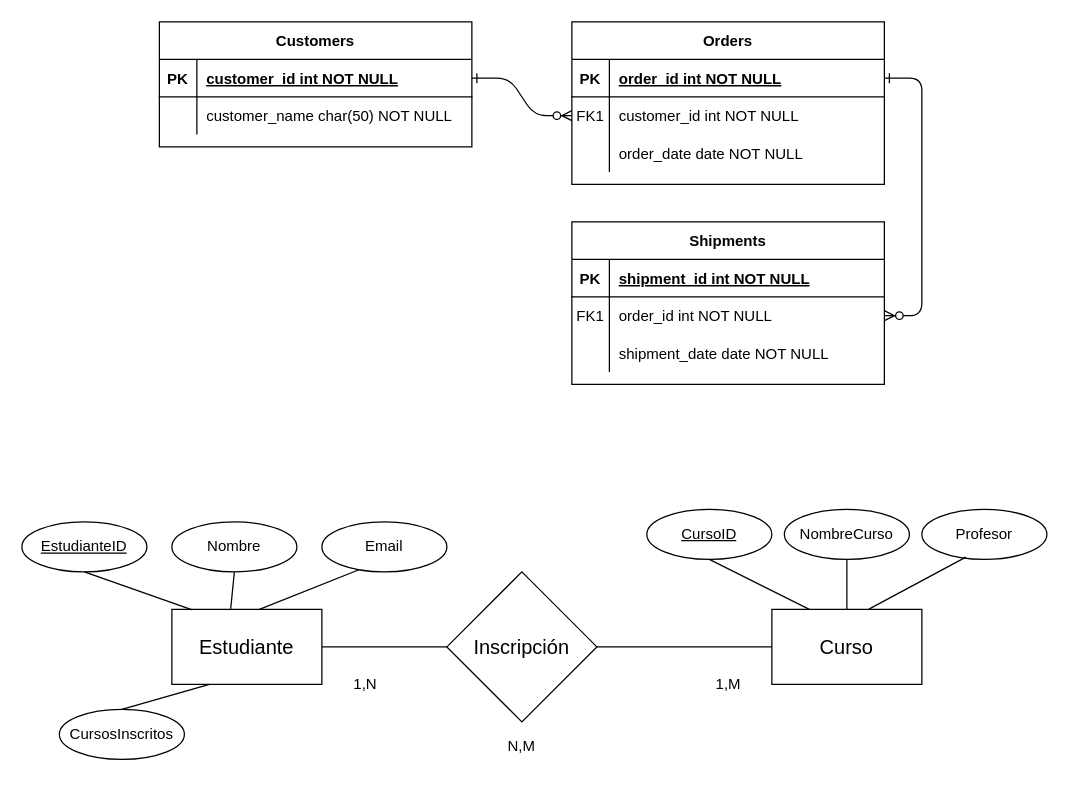
The draw.io diagram Diagrama sin título.drawio in miguelmartmart/javaprojects, before the edit. Source tidied: cells renumbered, new cells numbered last; positions are measured from the earlier drawing's top-left corner, leaving out a move shared by most shapes. Both pictures are drawn from the tidied source at 125%, with x=0, y=0 at pixel (21, 21).
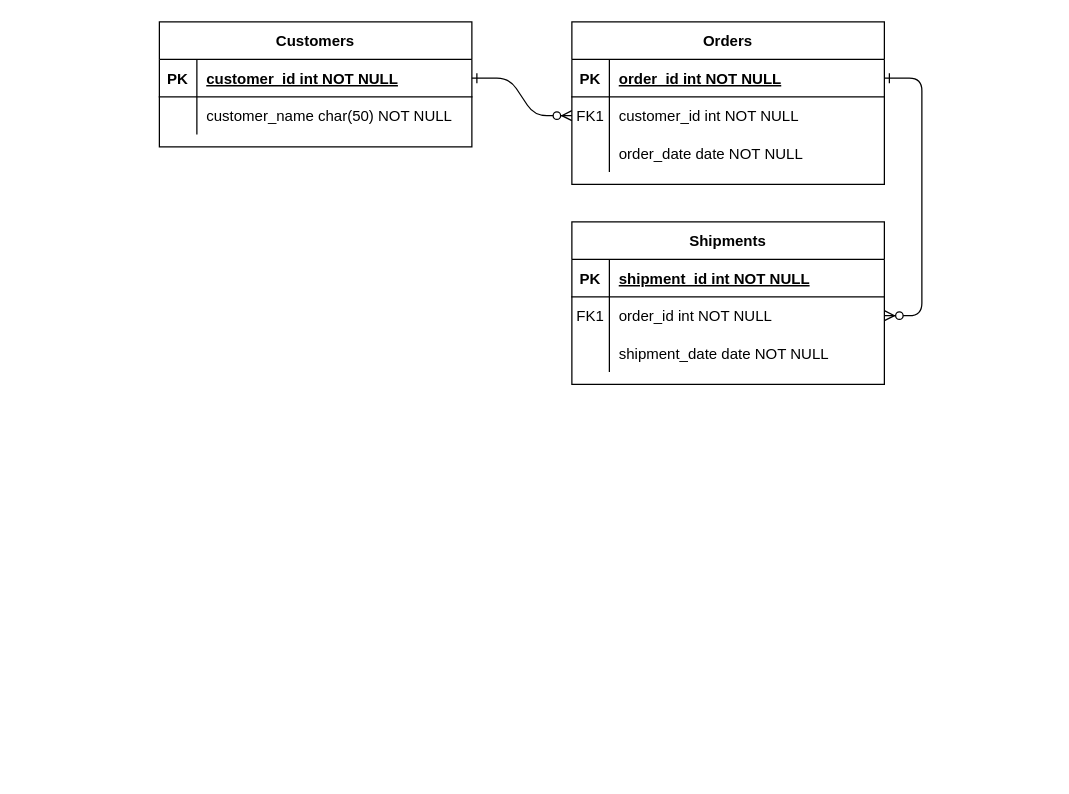
The same diagram, later.

Commit message:
Agregado Diagrama sin título2.drawio

Diff of the diagram source:
```diff
@@
-    <mxCell id="31" value="&lt;font style=&quot;font-size: 16px;&quot;&gt;Estudiante&lt;/font&gt;" style="rounded=0;whiteSpace=wrap;html=1;" parent="1" vertex="1">
-      <mxGeometry x="120" y="470" width="120" height="60" as="geometry" />
-    </mxCell>
-    <mxCell id="32" value="&lt;font style=&quot;font-size: 16px;&quot;&gt;Curso&lt;/font&gt;" style="rounded=0;whiteSpace=wrap;html=1;" parent="1" vertex="1">
-      <mxGeometry x="600" y="470" width="120" height="60" as="geometry" />
-    </mxCell>
-    <mxCell id="33" value="&lt;font style=&quot;font-size: 16px;&quot;&gt;Inscripción &lt;/font&gt;" style="rhombus;whiteSpace=wrap;html=1;" parent="1" vertex="1">
-      <mxGeometry x="340" y="440" width="120" height="120" as="geometry" />
-    </mxCell>
-    <mxCell id="34" style="endArrow=none;html=1;rounded=0;exitX=1;exitY=0.5;exitDx=0;exitDy=0;" parent="1" edge="1" source="31" target="33">
-      <mxGeometry relative="1" as="geometry" />
-    </mxCell>
-    <mxCell id="35" value="&lt;u&gt;EstudianteID &lt;/u&gt;" style="ellipse;whiteSpace=wrap;html=1;align=center;" parent="1" vertex="1">
-      <mxGeometry y="400" width="100" height="40" as="geometry" />
-    </mxCell>
-    <mxCell id="36" value="Nombre" style="ellipse;whiteSpace=wrap;html=1;align=center;" parent="1" vertex="1">
-      <mxGeometry x="120" y="400" width="100" height="40" as="geometry" />
-    </mxCell>
-    <mxCell id="37" value="Email" style="ellipse;whiteSpace=wrap;html=1;align=center;" parent="1" vertex="1">
-      <mxGeometry x="240" y="400" width="100" height="40" as="geometry" />
-    </mxCell>
-    <mxCell id="38" value="CursosInscritos" style="ellipse;whiteSpace=wrap;html=1;align=center;" parent="1" vertex="1">
-      <mxGeometry x="30" y="550" width="100" height="40" as="geometry" />
-    </mxCell>
-    <mxCell id="39" style="endArrow=none;html=1;rounded=0;exitX=0.5;exitY=0;exitDx=0;exitDy=0;entryX=0.25;entryY=1;entryDx=0;entryDy=0;" parent="1" edge="1" source="38" target="31">
-      <mxGeometry relative="1" as="geometry" />
-    </mxCell>
-    <mxCell id="40" style="endArrow=none;html=1;rounded=0;exitX=0.5;exitY=1;exitDx=0;exitDy=0;entryX=0.136;entryY=0.006;entryDx=0;entryDy=0;entryPerimeter=0;" parent="1" edge="1" source="35" target="31">
-      <mxGeometry relative="1" as="geometry" />
-    </mxCell>
-    <mxCell id="41" style="endArrow=none;html=1;rounded=0;exitX=0.5;exitY=1;exitDx=0;exitDy=0;entryX=0.392;entryY=-0.006;entryDx=0;entryDy=0;entryPerimeter=0;" parent="1" edge="1" source="36" target="31">
-      <mxGeometry relative="1" as="geometry" />
-    </mxCell>
-    <mxCell id="42" style="endArrow=none;html=1;rounded=0;exitX=0.297;exitY=0.958;exitDx=0;exitDy=0;exitPerimeter=0;" parent="1" edge="1" source="37">
-      <mxGeometry relative="1" as="geometry">
-        <mxPoint x="190" y="470" as="targetPoint" />
-      </mxGeometry>
-    </mxCell>
-    <mxCell id="43" style="endArrow=none;html=1;rounded=0;exitX=1;exitY=0.5;exitDx=0;exitDy=0;entryX=0;entryY=0.5;entryDx=0;entryDy=0;" parent="1" edge="1" source="33" target="32">
-      <mxGeometry relative="1" as="geometry" />
-    </mxCell>
-    <mxCell id="44" value="&lt;u&gt;CursoID &lt;/u&gt;" style="ellipse;whiteSpace=wrap;html=1;align=center;" parent="1" vertex="1">
-      <mxGeometry x="500" y="390" width="100" height="40" as="geometry" />
-    </mxCell>
-    <mxCell id="45" value="NombreCurso" style="ellipse;whiteSpace=wrap;html=1;align=center;" parent="1" vertex="1">
-      <mxGeometry x="610" y="390" width="100" height="40" as="geometry" />
-    </mxCell>
-    <mxCell id="46" value="Profesor" style="ellipse;whiteSpace=wrap;html=1;align=center;" parent="1" vertex="1">
-      <mxGeometry x="720" y="390" width="100" height="40" as="geometry" />
-    </mxCell>
-    <mxCell id="47" style="endArrow=none;html=1;rounded=0;exitX=0.5;exitY=1;exitDx=0;exitDy=0;entryX=0.25;entryY=0;entryDx=0;entryDy=0;" parent="1" edge="1" source="44" target="32">
-      <mxGeometry relative="1" as="geometry" />
-    </mxCell>
-    <mxCell id="48" style="endArrow=none;html=1;rounded=0;entryX=0.5;entryY=0;entryDx=0;entryDy=0;" parent="1" edge="1" target="32">
-      <mxGeometry relative="1" as="geometry">
-        <mxPoint x="660" y="430" as="sourcePoint" />
-      </mxGeometry>
-    </mxCell>
-    <mxCell id="49" style="endArrow=none;html=1;rounded=0;exitX=0.647;exitY=-0.003;exitDx=0;exitDy=0;entryX=0.352;entryY=0.955;entryDx=0;entryDy=0;entryPerimeter=0;exitPerimeter=0;" parent="1" edge="1" source="32" target="46">
-      <mxGeometry relative="1" as="geometry" />
-    </mxCell>
-    <mxCell id="50" value="N,M" style="text;html=1;strokeColor=none;fillColor=none;align=center;verticalAlign=middle;whiteSpace=wrap;rounded=0;" parent="1" vertex="1">
-      <mxGeometry x="355" y="560" width="90" height="40" as="geometry" />
-    </mxCell>
-    <mxCell id="51" value="1,M" style="text;html=1;strokeColor=none;fillColor=none;align=center;verticalAlign=middle;whiteSpace=wrap;rounded=0;" parent="1" vertex="1">
-      <mxGeometry x="537.5" y="520" width="55" height="20" as="geometry" />
-    </mxCell>
-    <mxCell id="52" value="1,N" style="text;html=1;strokeColor=none;fillColor=none;align=center;verticalAlign=middle;whiteSpace=wrap;rounded=0;" parent="1" vertex="1">
-      <mxGeometry x="230" y="510" width="90" height="40" as="geometry" />
-    </mxCell>
```
